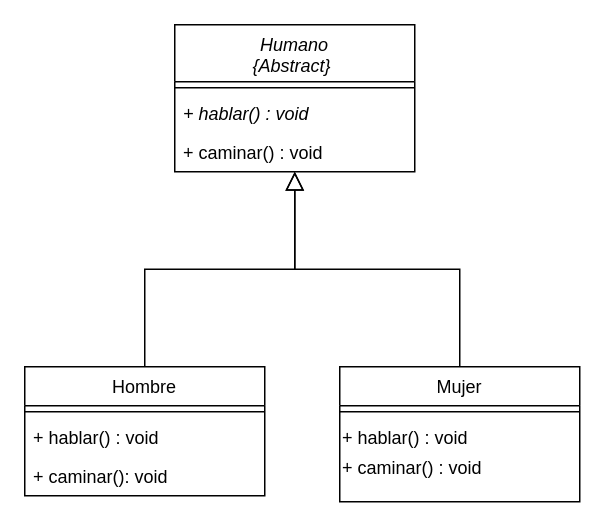
Earlier version of the draw.io diagram t5/polimorfismo/Humano/v2/DiagramaDeClases_Polimorfismo_HHM_v2.drawio (julcaso/inf515). Source tidied: cells renumbered, new cells numbered last; positions are measured from the earlier drawing's top-left corner, leaving out a move shared by most shapes. Both pictures are drawn from the tidied source at 150%, with x=0, y=0 at pixel (24, 24).
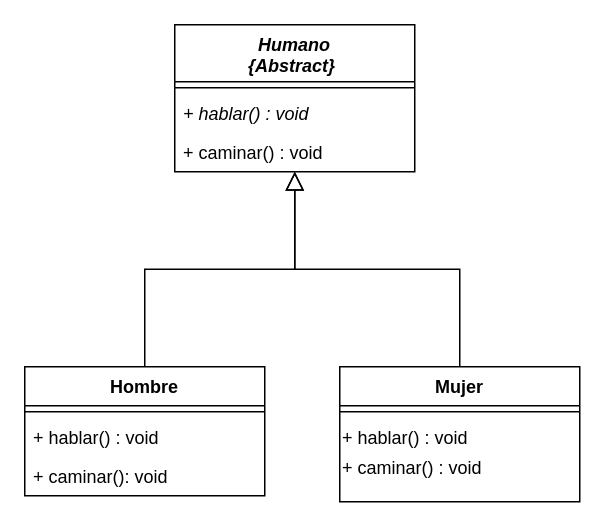
The same diagram, later.

Change to the diagram source:
```diff
@@
 <mxGraphModel>
   <root>
     <mxCell id="0" />
     <mxCell id="1" parent="0" />
-    <mxCell id="2" value="Humano &#10;{Abstract} " style="swimlane;fontStyle=2;align=center;verticalAlign=top;horizontal=1;startSize=38;rounded=0;shadow=0;strokeWidth=1;" parent="1" vertex="1">
+    <mxCell id="2" value="Humano &#10;{Abstract} " style="swimlane;fontStyle=3;align=center;verticalAlign=top;horizontal=1;startSize=38;rounded=0;shadow=0;strokeWidth=1;" parent="1" vertex="1">
       <mxGeometry x="100" width="160" height="98" as="geometry" />
     </mxCell>
     <mxCell id="3" style="line;html=1;strokeWidth=1;align=left;verticalAlign=middle;spacingTop=-1;spacingLeft=3;spacingRight=3;labelPosition=right;" parent="2" vertex="1">
       <mxGeometry y="38" width="160" height="8" as="geometry" />
     </mxCell>
     <mxCell id="4" value="+ hablar() : void" style="text;align=left;verticalAlign=top;spacingLeft=4;spacingRight=4;overflow=hidden;fontStyle=2;" parent="2" vertex="1">
       <mxGeometry y="46" width="160" height="26" as="geometry" />
     </mxCell>
     <mxCell id="5" value="+ caminar() : void" style="text;align=left;verticalAlign=top;spacingLeft=4;spacingRight=4;overflow=hidden;fontStyle=0;" parent="2" vertex="1">
       <mxGeometry y="72" width="160" height="26" as="geometry" />
     </mxCell>
-    <mxCell id="6" value="Hombre" style="swimlane;fontStyle=0;align=center;verticalAlign=top;horizontal=1;startSize=26;rounded=0;shadow=0;strokeWidth=1;" parent="1" vertex="1">
+    <mxCell id="6" value="Hombre" style="swimlane;fontStyle=1;align=center;verticalAlign=top;horizontal=1;startSize=26;rounded=0;shadow=0;strokeWidth=1;" parent="1" vertex="1">
       <mxGeometry y="228" width="160" height="86" as="geometry" />
     </mxCell>
     <mxCell id="7" style="line;html=1;strokeWidth=1;align=left;verticalAlign=middle;spacingTop=-1;spacingLeft=3;spacingRight=3;labelPosition=right;" parent="6" vertex="1">
       <mxGeometry y="26" width="160" height="8" as="geometry" />
     </mxCell>
     <mxCell id="8" value="+ hablar() : void" style="text;align=left;verticalAlign=top;spacingLeft=4;spacingRight=4;overflow=hidden;fontStyle=0;" parent="6" vertex="1">
       <mxGeometry y="34" width="160" height="26" as="geometry" />
     </mxCell>
     <mxCell id="9" value="+ caminar(): void" style="text;align=left;verticalAlign=top;spacingLeft=4;spacingRight=4;overflow=hidden;fontStyle=0;" parent="6" vertex="1">
       <mxGeometry y="60" width="160" height="26" as="geometry" />
     </mxCell>
     <mxCell id="10" style="endArrow=block;endSize=10;endFill=0;shadow=0;strokeWidth=1;rounded=0;edgeStyle=elbowEdgeStyle;elbow=vertical;" parent="1" edge="1" source="6" target="2">
       <mxGeometry relative="1" as="geometry" />
     </mxCell>
-    <mxCell id="11" value="Mujer" style="swimlane;fontStyle=0;align=center;verticalAlign=top;horizontal=1;startSize=26;rounded=0;shadow=0;strokeWidth=1;" parent="1" vertex="1">
+    <mxCell id="11" value="Mujer" style="swimlane;fontStyle=1;align=center;verticalAlign=top;horizontal=1;startSize=26;rounded=0;shadow=0;strokeWidth=1;" parent="1" vertex="1">
       <mxGeometry x="210" y="228" width="160" height="90" as="geometry" />
     </mxCell>
     <mxCell id="12" style="line;html=1;strokeWidth=1;align=left;verticalAlign=middle;spacingTop=-1;spacingLeft=3;spacingRight=3;labelPosition=right;" parent="11" vertex="1">
       <mxGeometry y="26" width="160" height="8" as="geometry" />
     </mxCell>
     <mxCell id="13" value="+ hablar() : void" style="text;align=left;verticalAlign=top;strokeColor=none;fillColor=none;" parent="11" vertex="1">
       <mxGeometry y="34" width="160" height="20" as="geometry" />
     </mxCell>
     <mxCell id="14" value="+ caminar() : void" style="text;align=left;verticalAlign=top;strokeColor=none;fillColor=none;" parent="11" vertex="1">
       <mxGeometry y="54" width="160" height="20" as="geometry" />
     </mxCell>
     <mxCell id="15" style="endArrow=block;endSize=10;endFill=0;shadow=0;strokeWidth=1;rounded=0;edgeStyle=elbowEdgeStyle;elbow=vertical;" parent="1" edge="1" source="11" target="2">
       <mxGeometry relative="1" as="geometry" />
     </mxCell>
   </root>
 </mxGraphModel>
```
